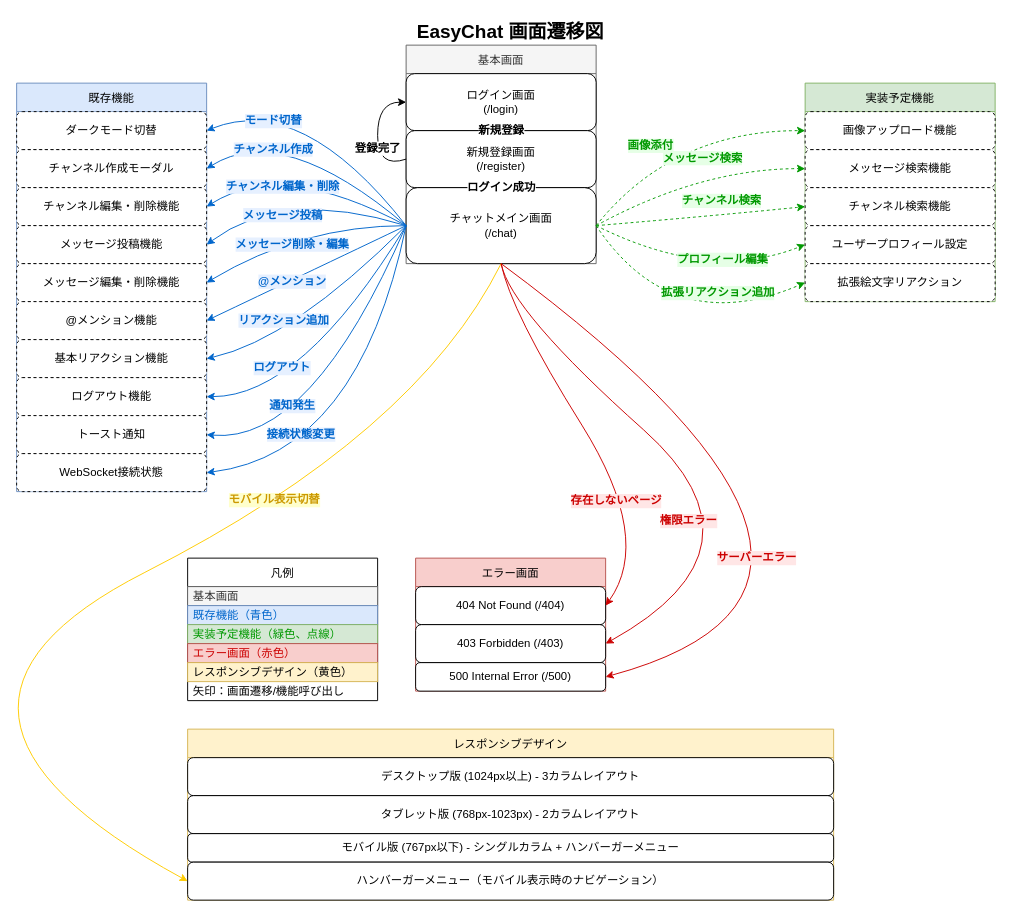
Before: screen-flow.drawio in EDEN0412/EasyChat, a draw.io diagram. Source tidied: cells renumbered, new cells numbered last; positions are measured from the earlier drawing's top-left corner, leaving out a move shared by most shapes. Both pictures are drawn from the tidied source at 95%, with x=0, y=0 at pixel (-126, 16).
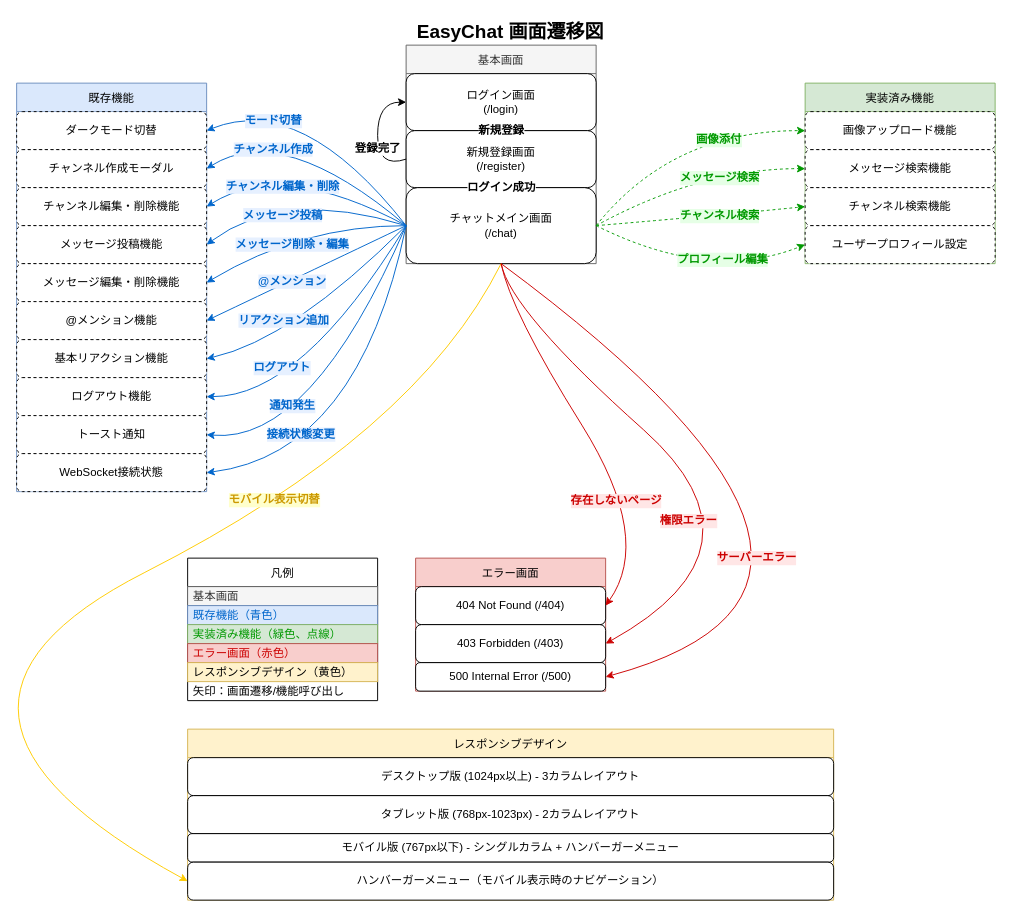
The same page after the edit.

Commit message (it also covers changes not shown here):
ER図と画面フロー、READMEの更新

The change refers to these unchanged cells:
```xml
<mxCell id="5" value="チャットメイン画面&#10;(/chat)" style="rounded=1;whiteSpace=wrap;html=1;" parent="2" vertex="1">
  <mxGeometry y="150" width="200" height="80" as="geometry" />
</mxCell>
<mxCell id="18" value="画像アップロード機能" style="rounded=1;whiteSpace=wrap;html=1;dashed=1;" parent="17" vertex="1">
  <mxGeometry y="30" width="200" height="40" as="geometry" />
</mxCell>
<mxCell id="19" value="メッセージ検索機能" style="rounded=1;whiteSpace=wrap;html=1;dashed=1;" parent="17" vertex="1">
  <mxGeometry y="70" width="200" height="40" as="geometry" />
</mxCell>
<mxCell id="20" value="チャンネル検索機能" style="rounded=1;whiteSpace=wrap;html=1;dashed=1;" parent="17" vertex="1">
  <mxGeometry y="110" width="200" height="40" as="geometry" />
</mxCell>
<mxCell id="54" value="凡例" style="swimlane;fontStyle=0;horizontal=1;startSize=30;" parent="1" vertex="1">
  <mxGeometry x="330" y="570" width="200" height="150" as="geometry" />
</mxCell>
```

Change to the diagram source:
```diff
@@
-    <mxCell id="17" value="実装予定機能" style="swimlane;fontStyle=0;horizontal=1;startSize=30;fillColor=#d5e8d4;strokeColor=#82b366;" parent="1" vertex="1">
-      <mxGeometry x="980" y="70" width="200" height="230" as="geometry" />
+    <mxCell id="17" value="実装済み機能" style="swimlane;fontStyle=0;horizontal=1;startSize=30;fillColor=#d5e8d4;strokeColor=#82b366;" parent="1" vertex="1">
+      <mxGeometry x="980" y="70" width="200" height="190" as="geometry" />
     </mxCell>
@@
-    <mxCell id="22" value="拡張絵文字リアクション" style="rounded=1;whiteSpace=wrap;html=1;dashed=1;" parent="17" vertex="1">
-      <mxGeometry y="190" width="200" height="40" as="geometry" />
-    </mxCell>
@@
     <mxCell id="46" value="画像添付" style="curved=1;endArrow=classic;html=1;exitX=1;exitY=0.5;entryX=0;entryY=0.5;dashed=1;strokeColor=#009900;fontColor=#009900;fontStyle=1;fontSize=12;labelBackgroundColor=#E6FFE6;" parent="1" edge="1" source="5" target="18">
-      <mxGeometry x="-0.25" y="8" relative="1" as="geometry">
+      <mxGeometry x="0.33" y="-10" relative="1" as="geometry">
         <Array as="points">
           <mxPoint x="840" y="120" />
         </Array>
+        <mxPoint x="-1" as="offset" />
       </mxGeometry>
     </mxCell>
     <mxCell id="47" value="メッセージ検索" style="curved=1;endArrow=classic;html=1;exitX=1;exitY=0.5;entryX=0;entryY=0.5;dashed=1;strokeColor=#009900;fontColor=#009900;fontStyle=1;fontSize=12;labelBackgroundColor=#E6FFE6;" parent="1" edge="1" source="5" target="19">
-      <mxGeometry x="0.08" y="11" relative="1" as="geometry">
+      <mxGeometry x="0.23" y="-10" relative="1" as="geometry">
         <Array as="points">
           <mxPoint x="870" y="160" />
         </Array>
       </mxGeometry>
     </mxCell>
     <mxCell id="48" value="チャンネル検索" style="curved=1;endArrow=classic;html=1;exitX=1;exitY=0.5;entryX=0;entryY=0.5;dashed=1;strokeColor=#009900;fontColor=#009900;fontStyle=1;fontSize=12;labelBackgroundColor=#E6FFE6;" parent="1" edge="1" source="5" target="20">
-      <mxGeometry x="0.21" y="15" relative="1" as="geometry">
+      <mxGeometry x="0.18" y="-1" relative="1" as="geometry">
         <Array as="points">
           <mxPoint x="880" y="210" />
         </Array>
       </mxGeometry>
     </mxCell>
@@
-    <mxCell id="50" value="拡張リアクション追加" style="curved=1;endArrow=classic;html=1;exitX=1;exitY=0.5;entryX=0;entryY=0.5;dashed=1;strokeColor=#009900;fontColor=#009900;fontStyle=1;fontSize=12;labelBackgroundColor=#E6FFE6;" parent="1" edge="1" source="5" target="22">
-      <mxGeometry x="0.4" y="26" relative="1" as="geometry">
-        <Array as="points">
-          <mxPoint x="840" y="340" />
-        </Array>
-      </mxGeometry>
-    </mxCell>
@@
-    <mxCell id="57" value="実装予定機能（緑色、点線）" style="text;strokeColor=#82b366;fillColor=#d5e8d4;align=left;verticalAlign=middle;spacingLeft=4;spacingRight=4;overflow=hidden;fontColor=#009900;" parent="54" vertex="1">
+    <mxCell id="57" value="実装済み機能（緑色、点線）" style="text;strokeColor=#82b366;fillColor=#d5e8d4;align=left;verticalAlign=middle;spacingLeft=4;spacingRight=4;overflow=hidden;fontColor=#009900;" parent="54" vertex="1">
       <mxGeometry y="70" width="200" height="20" as="geometry" />
     </mxCell>
```
